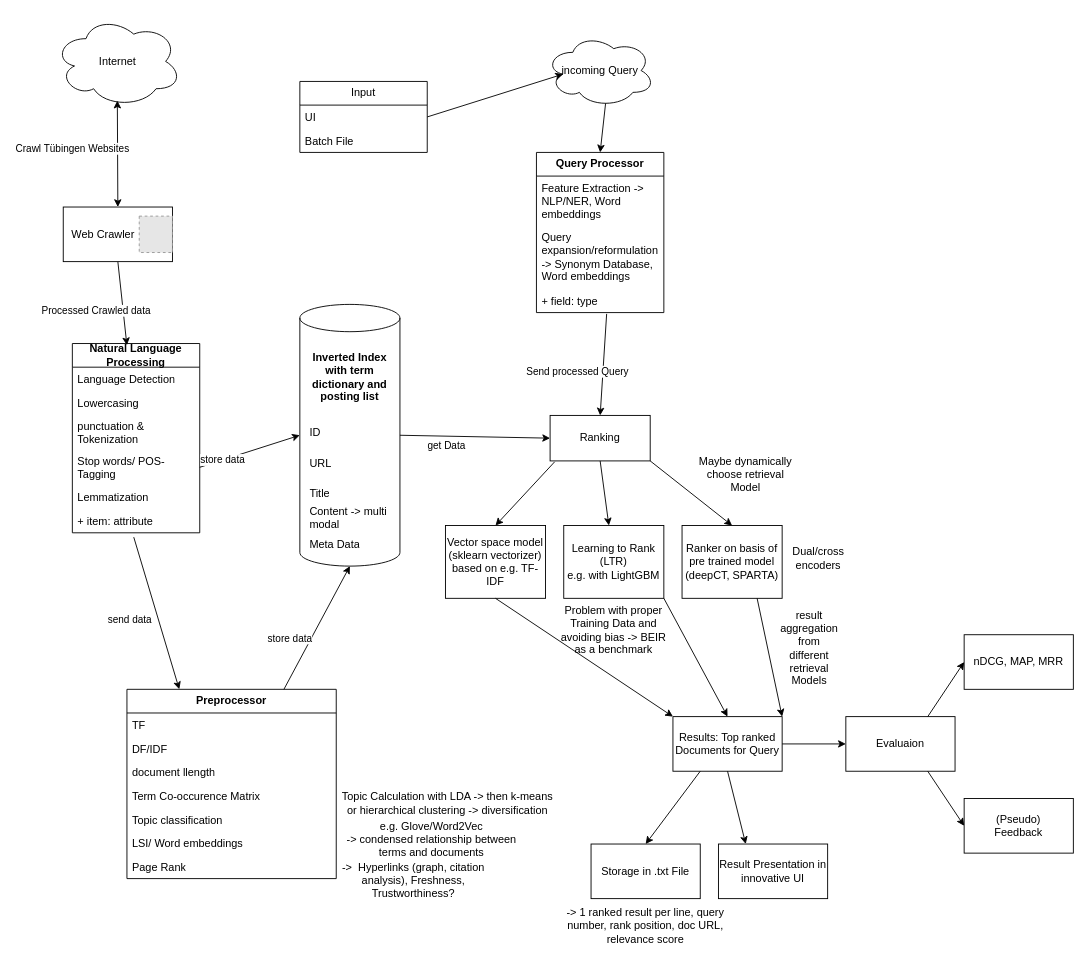
The draw.io diagram pipeline.drawio in KTV02/ModernSearchEngines, before the edit. Source tidied: cells renumbered, new cells numbered last; positions are measured from the earlier drawing's top-left corner, leaving out a move shared by most shapes. Both pictures are drawn from the tidied source at 91%, with x=0, y=0 at pixel (54, 15). Pictures stored in the file or linked from it are replaced by grey dashed boxes.
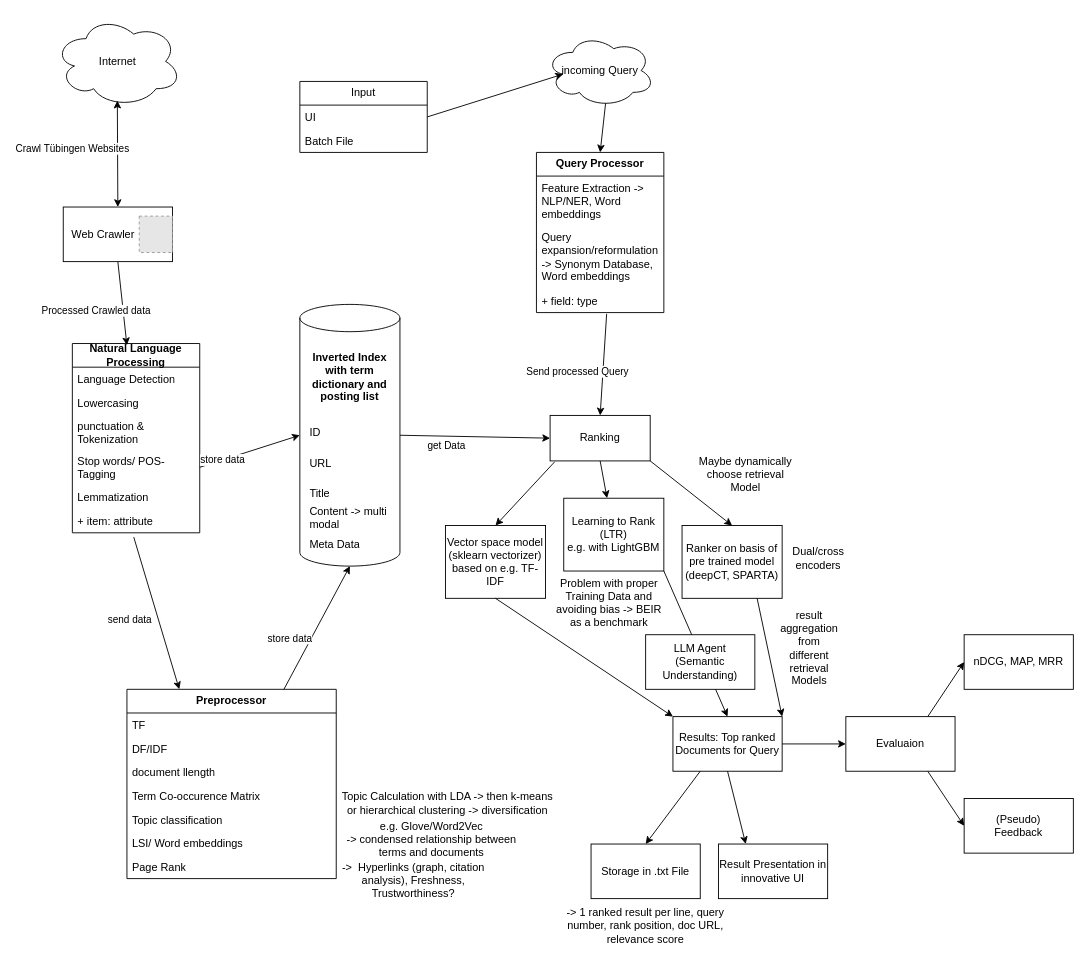
The same page after the edit.

Diff of the diagram source:
```diff
@@
     <mxCell id="59" value="Learning to Rank (LTR)&lt;div&gt;e.g. with LightGBM&lt;/div&gt;" style="html=1;whiteSpace=wrap;" parent="1" vertex="1">
-      <mxGeometry x="560" y="560" width="110" height="80" as="geometry" />
+      <mxGeometry x="560" y="530" width="110" height="80" as="geometry" />
     </mxCell>
     <mxCell id="60" value="Problem with proper Training Data and avoiding bias -&amp;gt; BEIR as a benchmark" style="text;html=1;align=center;verticalAlign=middle;whiteSpace=wrap;rounded=0;" parent="1" vertex="1">
-      <mxGeometry x="550" y="660" width="130" height="30" as="geometry" />
+      <mxGeometry x="545" y="630" width="130" height="30" as="geometry" />
     </mxCell>
@@
+    <mxCell id="88" value="LLM Agent&lt;div&gt;(Semantic Understanding)&lt;/div&gt;" style="rounded=0;whiteSpace=wrap;html=1;" parent="1" vertex="1">
+      <mxGeometry x="650" y="680" width="120" height="60" as="geometry" />
+    </mxCell>
```
